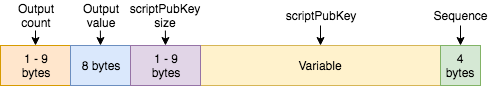
The draw.io diagram img/Bitcoin_transactions_data_output.png in JavDomGom/Bitcoin_script_language, before a commit. Source tidied: cells renumbered, new cells last; positions are measured from the earlier drawing's top-left corner, leaving out a move shared by most shapes.
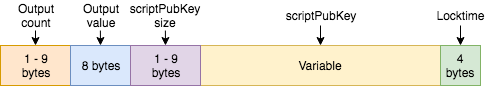
After the commit.

The edit, as a diff of the source:
```diff
@@ -49,7 +49,7 @@
     <mxCell id="14" style="edgeStyle=orthogonalEdgeStyle;rounded=0;jettySize=auto;html=1;exitX=0.5;exitY=1;exitDx=0;exitDy=0;entryX=0.5;entryY=0;entryDx=0;entryDy=0;" parent="1" edge="1" source="15" target="13">
       <mxGeometry relative="1" as="geometry" />
     </mxCell>
-    <mxCell id="15" value="Sequence&lt;br&gt;" style="text;html=1;strokeColor=none;fillColor=none;align=center;verticalAlign=middle;whiteSpace=wrap;rounded=0;" parent="1" vertex="1">
+    <mxCell id="15" value="Locktime&lt;br&gt;" style="text;html=1;strokeColor=none;fillColor=none;align=center;verticalAlign=middle;whiteSpace=wrap;rounded=0;" parent="1" vertex="1">
       <mxGeometry x="435" y="5" width="50" height="20" as="geometry" />
     </mxCell>
     <mxCell id="16" value="1 - 9&lt;br&gt;bytes" style="rounded=0;whiteSpace=wrap;html=1;fillColor=#e1d5e7;strokeColor=#9673a6;" parent="1" vertex="1">
```
